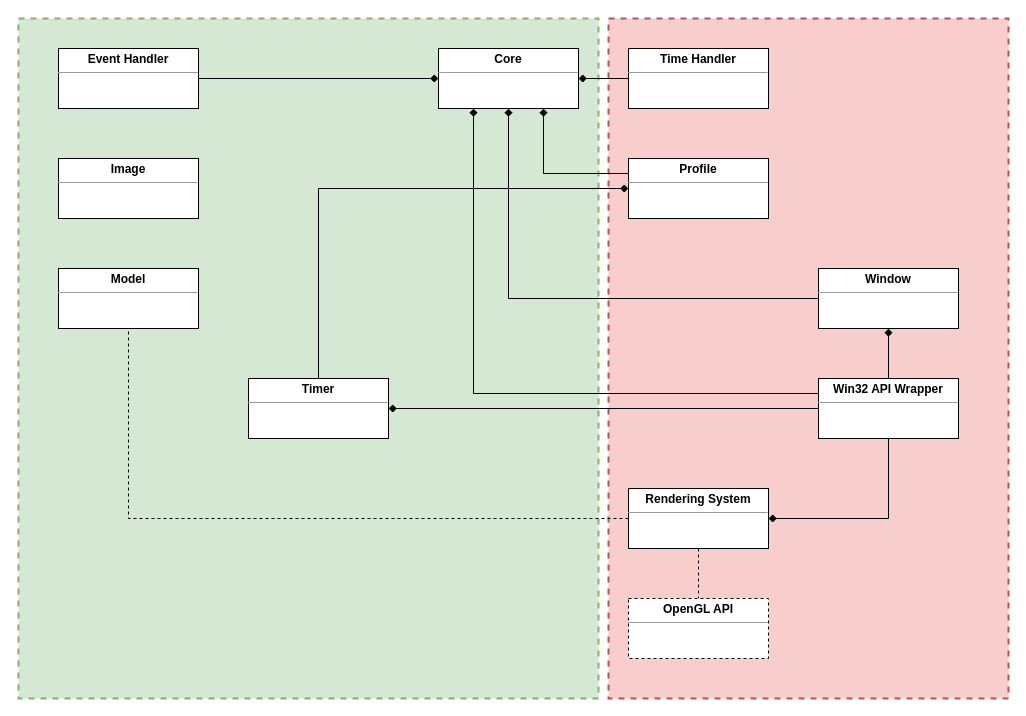
Before: _docs/k-engine-classes.drawio in Keshizin/k-engine, a draw.io diagram. Source tidied: cells renumbered, new cells numbered last; positions are measured from the earlier drawing's top-left corner, leaving out a move shared by most shapes. Both pictures are drawn from the tidied source at 100%, with x=0, y=0 at pixel (18, 18).
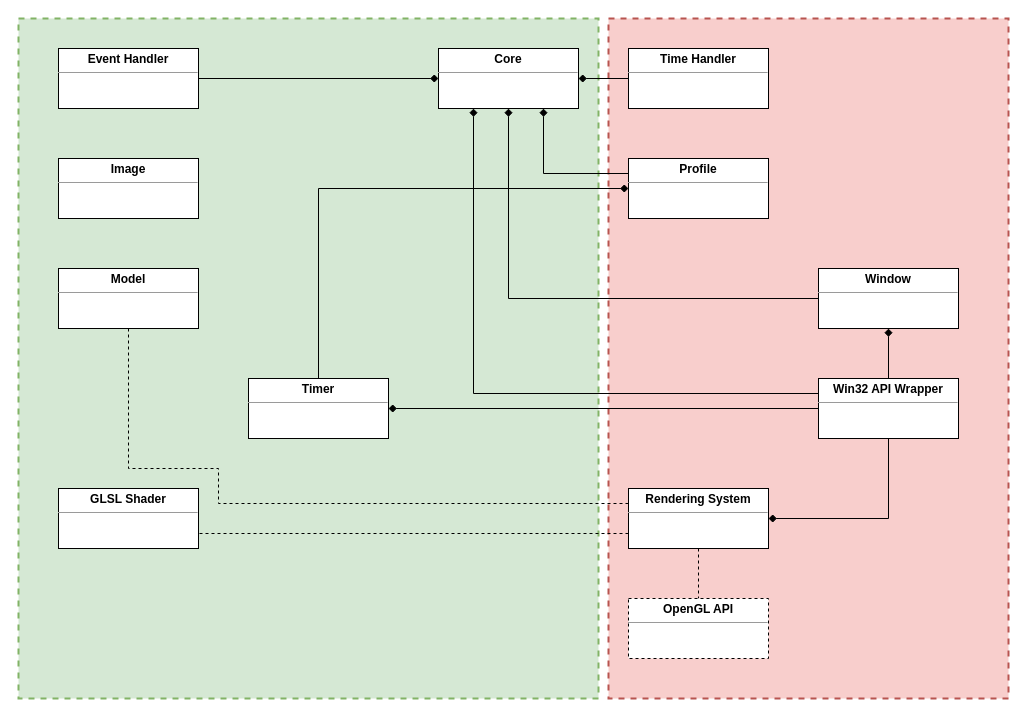
The same page after the edit.

Unchanged cells that the change refers to:
```xml
<mxCell id="13" value="&lt;p style=&quot;margin: 0px ; margin-top: 4px ; text-align: center&quot;&gt;&lt;b&gt;Rendering System&lt;/b&gt;&lt;/p&gt;&lt;hr size=&quot;1&quot;&gt;&lt;div style=&quot;height: 2px&quot;&gt;&lt;/div&gt;" style="verticalAlign=top;align=left;overflow=fill;fontSize=12;fontFamily=Helvetica;html=1;" parent="1" vertex="1">
  <mxGeometry x="610" y="470" width="140" height="60" as="geometry" />
</mxCell>
<mxCell id="24" value="&lt;p style=&quot;margin: 0px ; margin-top: 4px ; text-align: center&quot;&gt;&lt;b&gt;Model&lt;/b&gt;&lt;/p&gt;&lt;hr size=&quot;1&quot;&gt;&lt;div style=&quot;height: 2px&quot;&gt;&lt;/div&gt;" style="verticalAlign=top;align=left;overflow=fill;fontSize=12;fontFamily=Helvetica;html=1;" parent="1" vertex="1">
  <mxGeometry x="40" y="250" width="140" height="60" as="geometry" />
</mxCell>
```

Change to the diagram source:
```diff
@@
-    <mxCell id="25" style="edgeStyle=orthogonalEdgeStyle;rounded=0;jettySize=auto;html=1;endArrow=none;endFill=0;dashed=1;exitX=0;exitY=0.5;exitDx=0;exitDy=0;entryX=0.5;entryY=1;entryDx=0;entryDy=0;" parent="1" edge="1" source="13" target="24">
+    <mxCell id="25" style="edgeStyle=orthogonalEdgeStyle;rounded=0;jettySize=auto;html=1;endArrow=none;endFill=0;dashed=1;exitX=0;exitY=0.25;exitDx=0;exitDy=0;entryX=0.5;entryY=1;entryDx=0;entryDy=0;" parent="1" edge="1" source="13" target="24">
       <mxGeometry relative="1" as="geometry">
         <Array as="points">
-          <mxPoint x="110" y="500" />
+          <mxPoint x="200" y="485" />
+          <mxPoint x="200" y="450" />
+          <mxPoint x="110" y="450" />
         </Array>
       </mxGeometry>
     </mxCell>
+    <mxCell id="26" value="&lt;p style=&quot;margin: 0px ; margin-top: 4px ; text-align: center&quot;&gt;&lt;b&gt;GLSL Shader&lt;/b&gt;&lt;/p&gt;&lt;hr size=&quot;1&quot;&gt;&lt;div style=&quot;height: 2px&quot;&gt;&lt;/div&gt;" style="verticalAlign=top;align=left;overflow=fill;fontSize=12;fontFamily=Helvetica;html=1;" parent="1" vertex="1">
+      <mxGeometry x="40" y="470" width="140" height="60" as="geometry" />
+    </mxCell>
+    <mxCell id="27" style="edgeStyle=orthogonalEdgeStyle;rounded=0;jettySize=auto;html=1;endArrow=none;endFill=0;dashed=1;exitX=0;exitY=0.75;exitDx=0;exitDy=0;entryX=1;entryY=0.75;entryDx=0;entryDy=0;" parent="1" edge="1" source="13" target="26">
+      <mxGeometry relative="1" as="geometry">
+        <Array as="points">
+          <mxPoint x="490" y="515" />
+          <mxPoint x="490" y="515" />
+        </Array>
+      </mxGeometry>
+    </mxCell>
```
